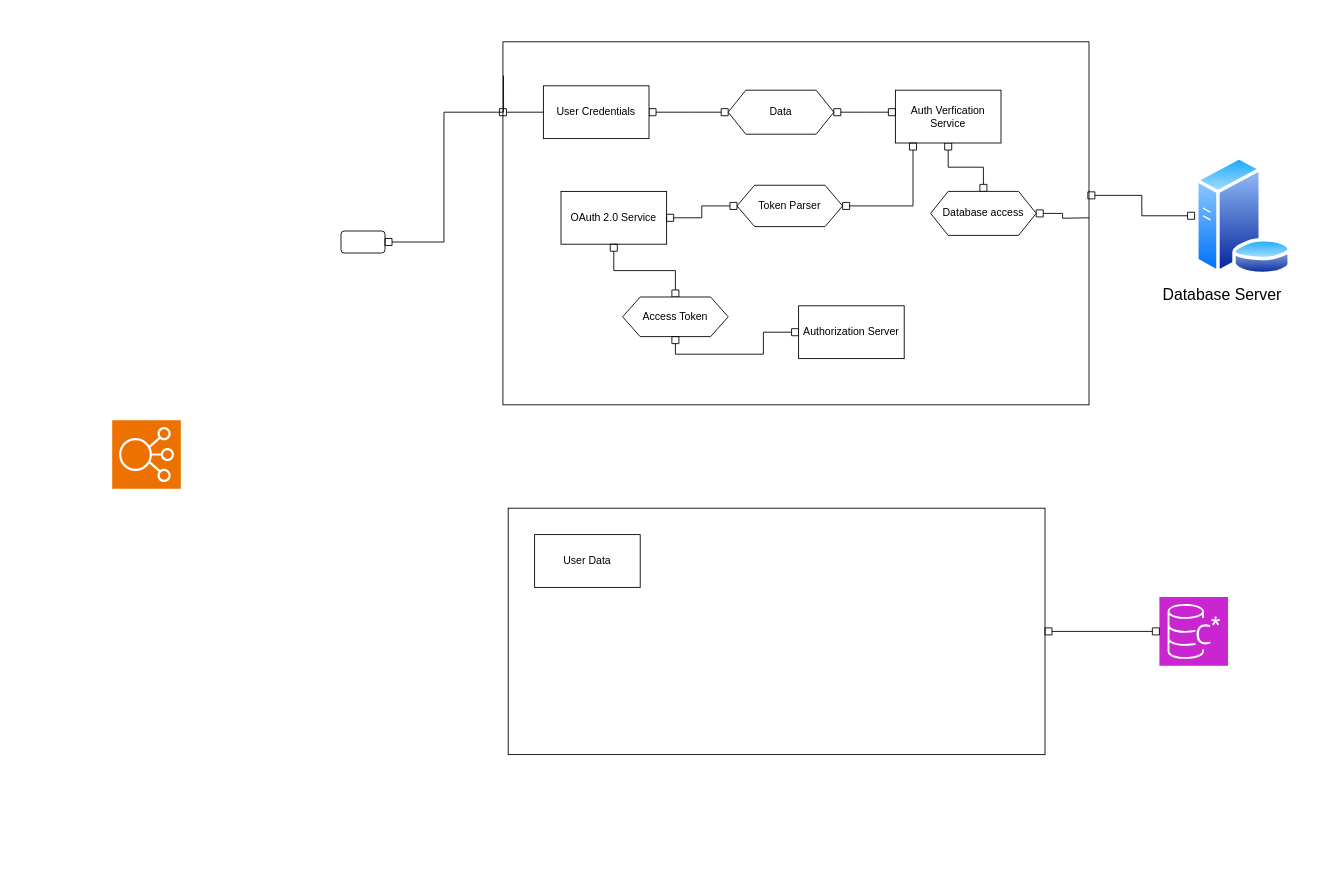
This is Untitled Diagram.drawio from HASSAN5077/draw.io, a draw.io file, before an edit. Source tidied: cells renumbered, new cells numbered last; positions are measured from the earlier drawing's top-left corner, leaving out a move shared by most shapes. Both pictures are drawn from the tidied source at 88%, with x=0, y=0 at pixel (112, 41).
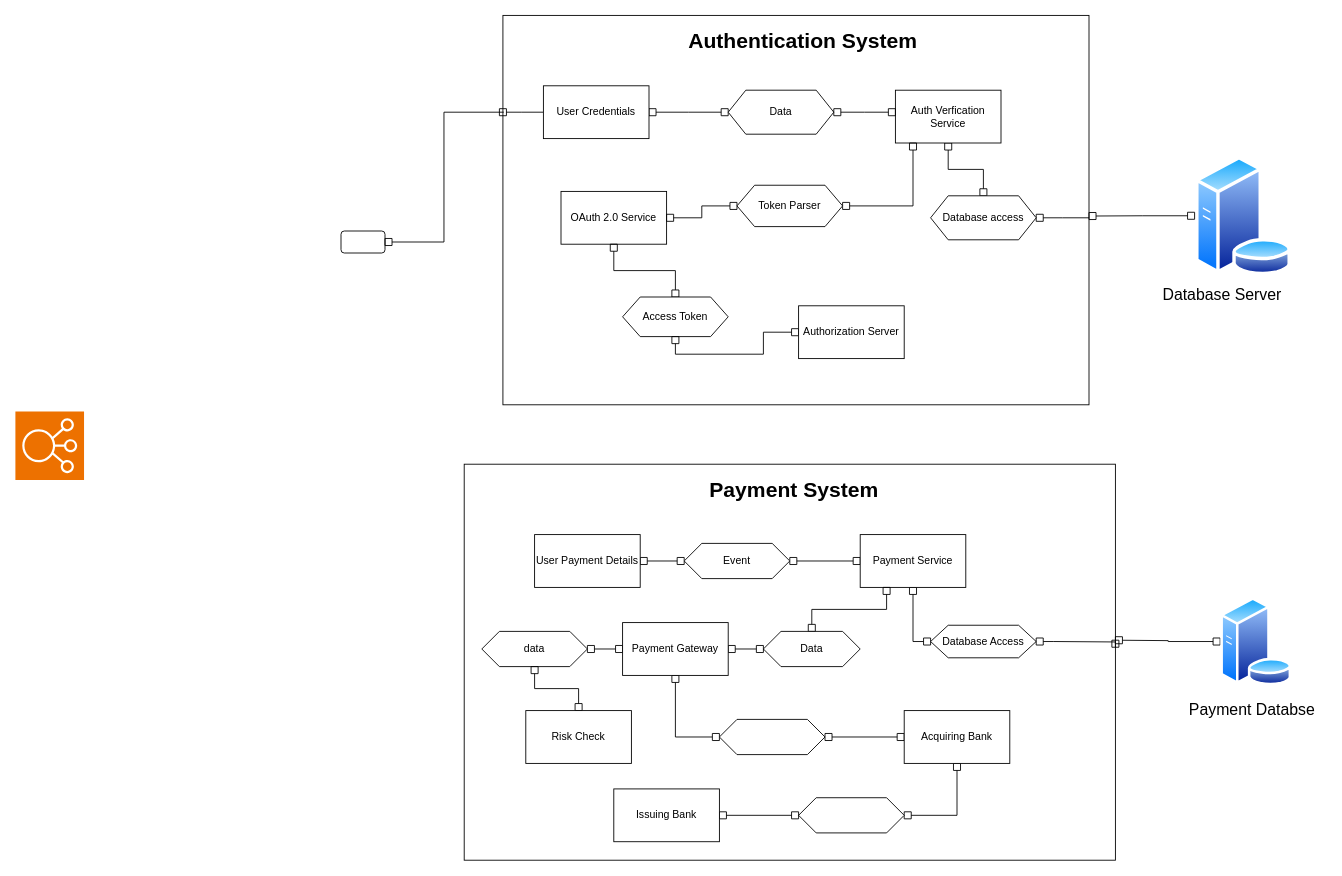
The same diagram, later.

The change refers to these unchanged cells:
```xml
<mxCell id="3" style="rounded=1;whiteSpace=wrap;html=1;" parent="1" vertex="1">
  <mxGeometry x="260" y="215" width="50" height="25" as="geometry" />
</mxCell>
<mxCell id="12" style="image;perimeter=ellipsePerimeter;html=1;align=center;shadow=0;dashed=0;spacingTop=3;image=img/lib/active_directory/database_server.svg;" parent="1" vertex="1">
  <mxGeometry x="1230" y="130" width="111" height="135.4" as="geometry" />
</mxCell>
```

What changed in the source:
```diff
@@
     <mxCell id="2" style="rounded=0;whiteSpace=wrap;html=1;" parent="1" vertex="1">
-      <mxGeometry x="444" width="666" height="412.5" as="geometry" />
+      <mxGeometry x="444" y="-30" width="666" height="442.5" as="geometry" />
     </mxCell>
@@
-    <mxCell id="4" style="edgeStyle=orthogonalEdgeStyle;rounded=0;jettySize=auto;html=1;entryX=0.001;entryY=0.093;entryDx=0;entryDy=0;entryPerimeter=0;endArrow=none;endFill=0;startArrow=box;startFill=0;" parent="1" edge="1" source="3" target="2">
+    <mxCell id="4" style="edgeStyle=orthogonalEdgeStyle;rounded=0;jettySize=auto;html=1;endArrow=none;endFill=0;startArrow=box;startFill=0;" parent="1" edge="1" source="3">
       <mxGeometry relative="1" as="geometry">
+        <mxPoint x="445" y="80" as="targetPoint" />
         <Array as="points">
           <mxPoint x="377" y="227" />
           <mxPoint x="377" y="80" />
           <mxPoint x="445" y="80" />
         </Array>
       </mxGeometry>
     </mxCell>
@@
-    <mxCell id="14" style="edgeStyle=orthogonalEdgeStyle;rounded=0;jettySize=auto;html=1;entryX=0.998;entryY=0.423;entryDx=0;entryDy=0;entryPerimeter=0;endArrow=box;endFill=0;startArrow=box;startFill=0;" parent="1" edge="1" source="12" target="2">
-      <mxGeometry relative="1" as="geometry" />
+    <mxCell id="14" style="edgeStyle=orthogonalEdgeStyle;rounded=0;jettySize=auto;html=1;endArrow=box;endFill=0;startArrow=box;startFill=0;" parent="1" edge="1" source="12">
+      <mxGeometry relative="1" as="geometry">
+        <mxPoint x="1110" y="198" as="targetPoint" />
+      </mxGeometry>
     </mxCell>
@@
     <mxCell id="21" value="Database access" style="shape=hexagon;perimeter=hexagonPerimeter2;whiteSpace=wrap;html=1;fixedSize=1;" parent="1" vertex="1">
-      <mxGeometry x="930" y="170" width="120" height="50" as="geometry" />
+      <mxGeometry x="930" y="175" width="120" height="50" as="geometry" />
     </mxCell>
@@
     <mxCell id="25" style="sketch=0;fontColor=#232F3E;fillColor=#ED7100;strokeColor=#ffffff;dashed=0;verticalLabelPosition=bottom;verticalAlign=top;align=center;html=1;fontSize=12;fontStyle=0;shape=mxgraph.aws4.resourceIcon;resIcon=mxgraph.aws4.elastic_load_balancing;hachureGap=4;jiggle=2;curveFitting=1;fontFamily=Architects Daughter;" parent="1" vertex="1">
-      <mxGeometry y="430" width="78" height="78" as="geometry" />
+      <mxGeometry x="-110" y="420" width="78" height="78" as="geometry" />
     </mxCell>
     <mxCell id="26" style="rounded=0;whiteSpace=wrap;html=1;" parent="1" vertex="1">
-      <mxGeometry x="450" y="530" width="610" height="280" as="geometry" />
+      <mxGeometry x="400" y="480" width="740" height="450" as="geometry" />
     </mxCell>
-    <mxCell id="27" style="sketch=0;points=[[0,0,0],[0.25,0,0],[0.5,0,0],[0.75,0,0],[1,0,0],[0,1,0],[0.25,1,0],[0.5,1,0],[0.75,1,0],[1,1,0],[0,0.25,0],[0,0.5,0],[0,0.75,0],[1,0.25,0],[1,0.5,0],[1,0.75,0]];outlineConnect=0;fontColor=#232F3E;fillColor=#C925D1;strokeColor=#ffffff;dashed=0;verticalLabelPosition=bottom;verticalAlign=top;align=center;html=1;fontSize=12;fontStyle=0;shape=mxgraph.aws4.resourceIcon;resIcon=mxgraph.aws4.managed_apache_cassandra_service;" parent="1" vertex="1">
-      <mxGeometry x="1190" y="631" width="78" height="78" as="geometry" />
-    </mxCell>
-    <mxCell id="28" style="edgeStyle=orthogonalEdgeStyle;rounded=0;jettySize=auto;html=1;entryX=0;entryY=0.5;entryDx=0;entryDy=0;entryPerimeter=0;endArrow=box;endFill=0;startArrow=box;startFill=0;" parent="1" edge="1" source="26" target="27">
-      <mxGeometry relative="1" as="geometry" />
-    </mxCell>
+    <mxCell id="30" style="edgeStyle=orthogonalEdgeStyle;rounded=0;jettySize=auto;html=1;entryX=0;entryY=0.5;entryDx=0;entryDy=0;endArrow=box;endFill=0;startArrow=box;startFill=0;" parent="1" edge="1" source="29" target="32">
+      <mxGeometry relative="1" as="geometry" />
+    </mxCell>
-    <mxCell id="29" value="User Data" style="rounded=0;whiteSpace=wrap;html=1;" parent="1" vertex="1">
+    <mxCell id="29" value="User Payment Details" style="rounded=0;whiteSpace=wrap;html=1;" parent="1" vertex="1">
       <mxGeometry x="480" y="560" width="120" height="60" as="geometry" />
     </mxCell>
+    <mxCell id="31" style="edgeStyle=orthogonalEdgeStyle;rounded=0;jettySize=auto;html=1;entryX=0;entryY=0.5;entryDx=0;entryDy=0;endArrow=box;endFill=0;startArrow=box;startFill=0;" parent="1" edge="1" source="32" target="34">
+      <mxGeometry relative="1" as="geometry" />
+    </mxCell>
+    <mxCell id="32" value="Event" style="shape=hexagon;perimeter=hexagonPerimeter2;whiteSpace=wrap;html=1;fixedSize=1;" parent="1" vertex="1">
+      <mxGeometry x="650" y="570" width="120" height="40" as="geometry" />
+    </mxCell>
+    <mxCell id="33" style="edgeStyle=orthogonalEdgeStyle;rounded=0;jettySize=auto;html=1;entryX=0;entryY=0.5;entryDx=0;entryDy=0;endArrow=box;endFill=0;startArrow=box;startFill=0;" parent="1" edge="1" source="34" target="38">
+      <mxGeometry relative="1" as="geometry" />
+    </mxCell>
+    <mxCell id="34" value="Payment Service" style="rounded=0;whiteSpace=wrap;html=1;" parent="1" vertex="1">
+      <mxGeometry x="850" y="560" width="120" height="60" as="geometry" />
+    </mxCell>
+    <mxCell id="35" style="edgeStyle=orthogonalEdgeStyle;rounded=0;jettySize=auto;html=1;endArrow=box;endFill=0;startArrow=box;startFill=0;" parent="1" edge="1" source="36">
+      <mxGeometry relative="1" as="geometry">
+        <mxPoint x="1140" y="680" as="targetPoint" />
+      </mxGeometry>
+    </mxCell>
+    <mxCell id="36" style="image;perimeter=ellipsePerimeter;html=1;align=center;shadow=0;dashed=0;spacingTop=3;image=img/lib/active_directory/database_server.svg;" parent="1" vertex="1">
+      <mxGeometry x="1259" y="631.5" width="82" height="100" as="geometry" />
+    </mxCell>
+    <mxCell id="37" value="&lt;font style=&quot;font-size: 18px;&quot;&gt;Payment Databse&lt;/font&gt;" style="text;html=1;align=center;verticalAlign=middle;strokeColor=none;fillColor=none;" parent="1" vertex="1">
+      <mxGeometry x="1210" y="740" width="170" height="40" as="geometry" />
+    </mxCell>
+    <mxCell id="38" value="Database Access" style="shape=hexagon;perimeter=hexagonPerimeter2;whiteSpace=wrap;html=1;fixedSize=1;" parent="1" vertex="1">
+      <mxGeometry x="930" y="663" width="120" height="37" as="geometry" />
+    </mxCell>
+    <mxCell id="39" style="edgeStyle=orthogonalEdgeStyle;rounded=0;jettySize=auto;html=1;entryX=0.25;entryY=1;entryDx=0;entryDy=0;endArrow=box;endFill=0;startArrow=box;startFill=0;" parent="1" edge="1" source="40" target="34">
+      <mxGeometry relative="1" as="geometry" />
+    </mxCell>
+    <mxCell id="40" value="Data" style="shape=hexagon;perimeter=hexagonPerimeter2;whiteSpace=wrap;html=1;fixedSize=1;" parent="1" vertex="1">
+      <mxGeometry x="740" y="670" width="110" height="40" as="geometry" />
+    </mxCell>
+    <mxCell id="41" style="edgeStyle=orthogonalEdgeStyle;rounded=0;jettySize=auto;html=1;entryX=0;entryY=0.5;entryDx=0;entryDy=0;endArrow=box;endFill=0;startArrow=box;startFill=0;" parent="1" edge="1" source="44" target="40">
+      <mxGeometry relative="1" as="geometry" />
+    </mxCell>
+    <mxCell id="42" style="edgeStyle=orthogonalEdgeStyle;rounded=0;jettySize=auto;html=1;entryX=1;entryY=0.5;entryDx=0;entryDy=0;endArrow=box;endFill=0;startArrow=box;startFill=0;" parent="1" edge="1" source="44" target="45">
+      <mxGeometry relative="1" as="geometry" />
+    </mxCell>
+    <mxCell id="43" style="edgeStyle=orthogonalEdgeStyle;rounded=0;jettySize=auto;html=1;entryX=0;entryY=0.5;entryDx=0;entryDy=0;endArrow=box;endFill=0;startArrow=box;startFill=0;" parent="1" edge="1" source="44" target="49">
+      <mxGeometry relative="1" as="geometry" />
+    </mxCell>
+    <mxCell id="44" value="Payment Gateway" style="rounded=0;whiteSpace=wrap;html=1;" parent="1" vertex="1">
+      <mxGeometry x="580" y="660" width="120" height="60" as="geometry" />
+    </mxCell>
+    <mxCell id="45" value="data" style="shape=hexagon;perimeter=hexagonPerimeter2;whiteSpace=wrap;html=1;fixedSize=1;" parent="1" vertex="1">
+      <mxGeometry x="420" y="670" width="120" height="40" as="geometry" />
+    </mxCell>
+    <mxCell id="46" style="edgeStyle=orthogonalEdgeStyle;rounded=0;jettySize=auto;html=1;entryX=0.5;entryY=1;entryDx=0;entryDy=0;endArrow=box;endFill=0;startArrow=box;startFill=0;" parent="1" edge="1" source="47" target="45">
+      <mxGeometry relative="1" as="geometry" />
+    </mxCell>
+    <mxCell id="47" value="Risk Check" style="rounded=0;whiteSpace=wrap;html=1;" parent="1" vertex="1">
+      <mxGeometry x="470" y="760" width="120" height="60" as="geometry" />
+    </mxCell>
+    <mxCell id="48" style="edgeStyle=orthogonalEdgeStyle;rounded=0;jettySize=auto;html=1;entryX=0;entryY=0.5;entryDx=0;entryDy=0;endArrow=box;endFill=0;startArrow=box;startFill=0;" parent="1" edge="1" source="49" target="51">
+      <mxGeometry relative="1" as="geometry" />
+    </mxCell>
+    <mxCell id="49" style="shape=hexagon;perimeter=hexagonPerimeter2;whiteSpace=wrap;html=1;fixedSize=1;" parent="1" vertex="1">
+      <mxGeometry x="690" y="770" width="120" height="40" as="geometry" />
+    </mxCell>
+    <mxCell id="50" style="edgeStyle=orthogonalEdgeStyle;rounded=0;jettySize=auto;html=1;entryX=1;entryY=0.5;entryDx=0;entryDy=0;endArrow=box;endFill=0;startArrow=box;startFill=0;" parent="1" edge="1" source="51" target="52">
+      <mxGeometry relative="1" as="geometry" />
+    </mxCell>
+    <mxCell id="51" value="Acquiring Bank" style="rounded=0;whiteSpace=wrap;html=1;" parent="1" vertex="1">
+      <mxGeometry x="900" y="760" width="120" height="60" as="geometry" />
+    </mxCell>
+    <mxCell id="52" style="shape=hexagon;perimeter=hexagonPerimeter2;whiteSpace=wrap;html=1;fixedSize=1;" parent="1" vertex="1">
+      <mxGeometry x="780" y="859" width="120" height="40" as="geometry" />
+    </mxCell>
+    <mxCell id="53" style="edgeStyle=orthogonalEdgeStyle;rounded=0;jettySize=auto;html=1;entryX=0;entryY=0.5;entryDx=0;entryDy=0;endArrow=box;endFill=0;startArrow=box;startFill=0;" parent="1" edge="1" source="54" target="52">
+      <mxGeometry relative="1" as="geometry" />
+    </mxCell>
+    <mxCell id="54" value="Issuing Bank" style="rounded=0;whiteSpace=wrap;html=1;" parent="1" vertex="1">
+      <mxGeometry x="570" y="849" width="120" height="60" as="geometry" />
+    </mxCell>
+    <mxCell id="55" style="edgeStyle=orthogonalEdgeStyle;rounded=0;jettySize=auto;html=1;exitX=1;exitY=0.5;exitDx=0;exitDy=0;endArrow=box;endFill=0;startArrow=box;startFill=0;" parent="1" edge="1" source="38">
+      <mxGeometry relative="1" as="geometry">
+        <mxPoint x="1140" y="680" as="targetPoint" />
+        <Array as="points">
+          <mxPoint x="1070" y="682" />
+          <mxPoint x="1100" y="682" />
+        </Array>
+      </mxGeometry>
+    </mxCell>
+    <mxCell id="56" value="&lt;h1&gt;Payment System&lt;/h1&gt;" style="text;html=1;strokeColor=none;fillColor=none;spacing=5;spacingTop=-20;whiteSpace=wrap;overflow=hidden;rounded=0;" parent="1" vertex="1">
+      <mxGeometry x="674" y="490" width="270" height="120" as="geometry" />
+    </mxCell>
+    <mxCell id="57" value="&lt;h1&gt;&lt;b&gt;Authentication System&lt;/b&gt;&lt;/h1&gt;" style="text;html=1;strokeColor=none;fillColor=none;spacing=5;spacingTop=-20;whiteSpace=wrap;overflow=hidden;rounded=0;" parent="1" vertex="1">
+      <mxGeometry x="650" y="-20" width="289" height="120" as="geometry" />
+    </mxCell>
```
